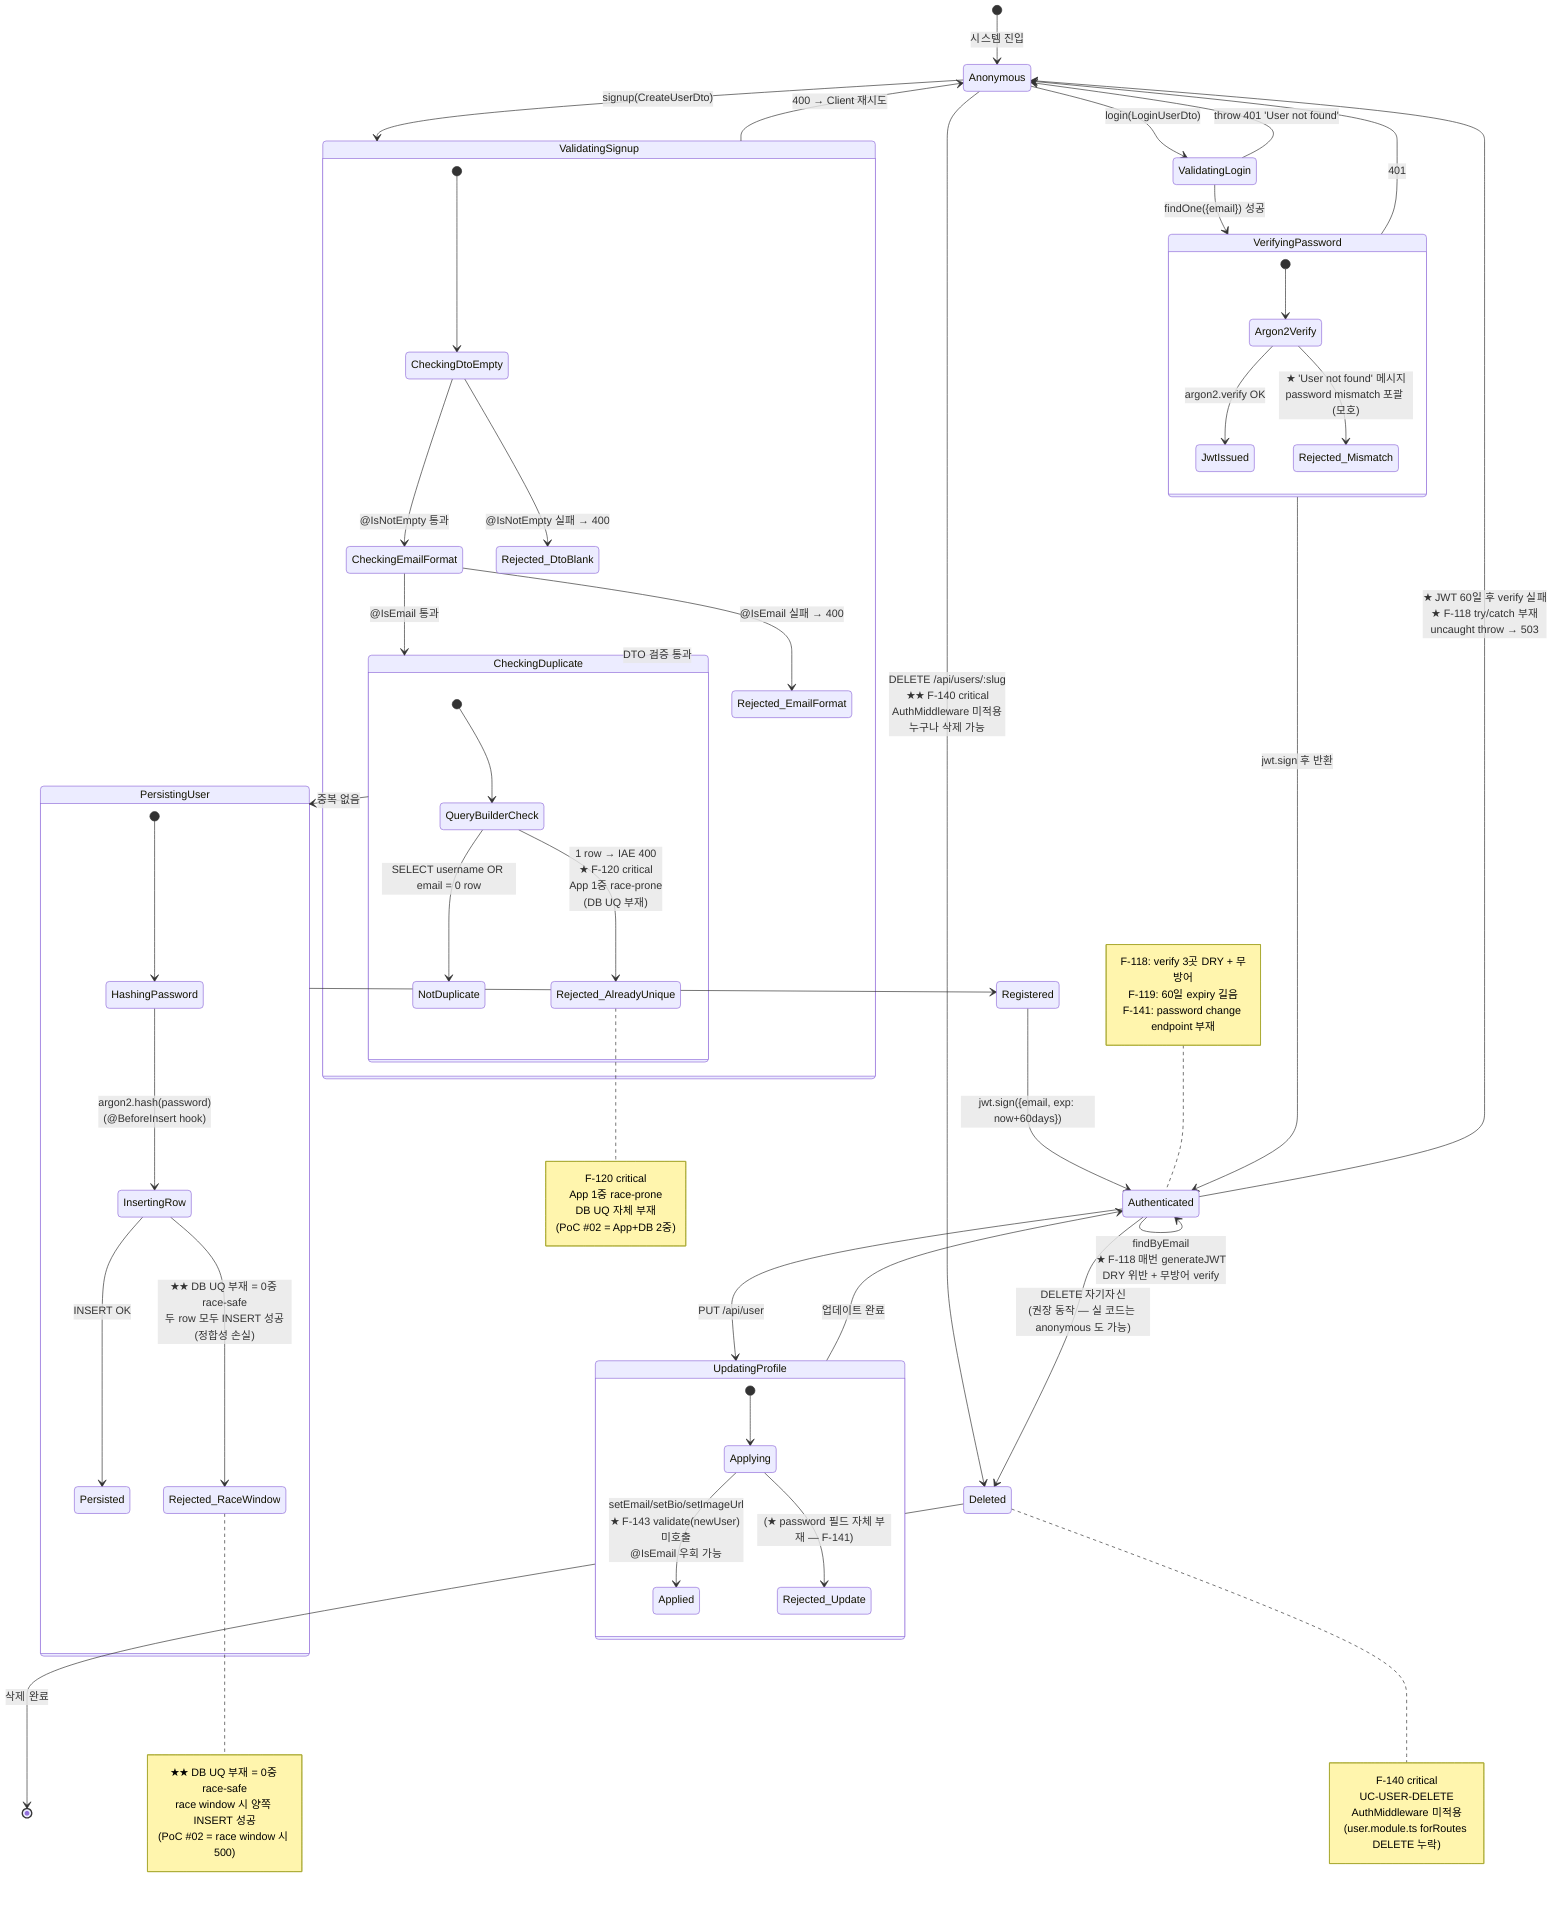
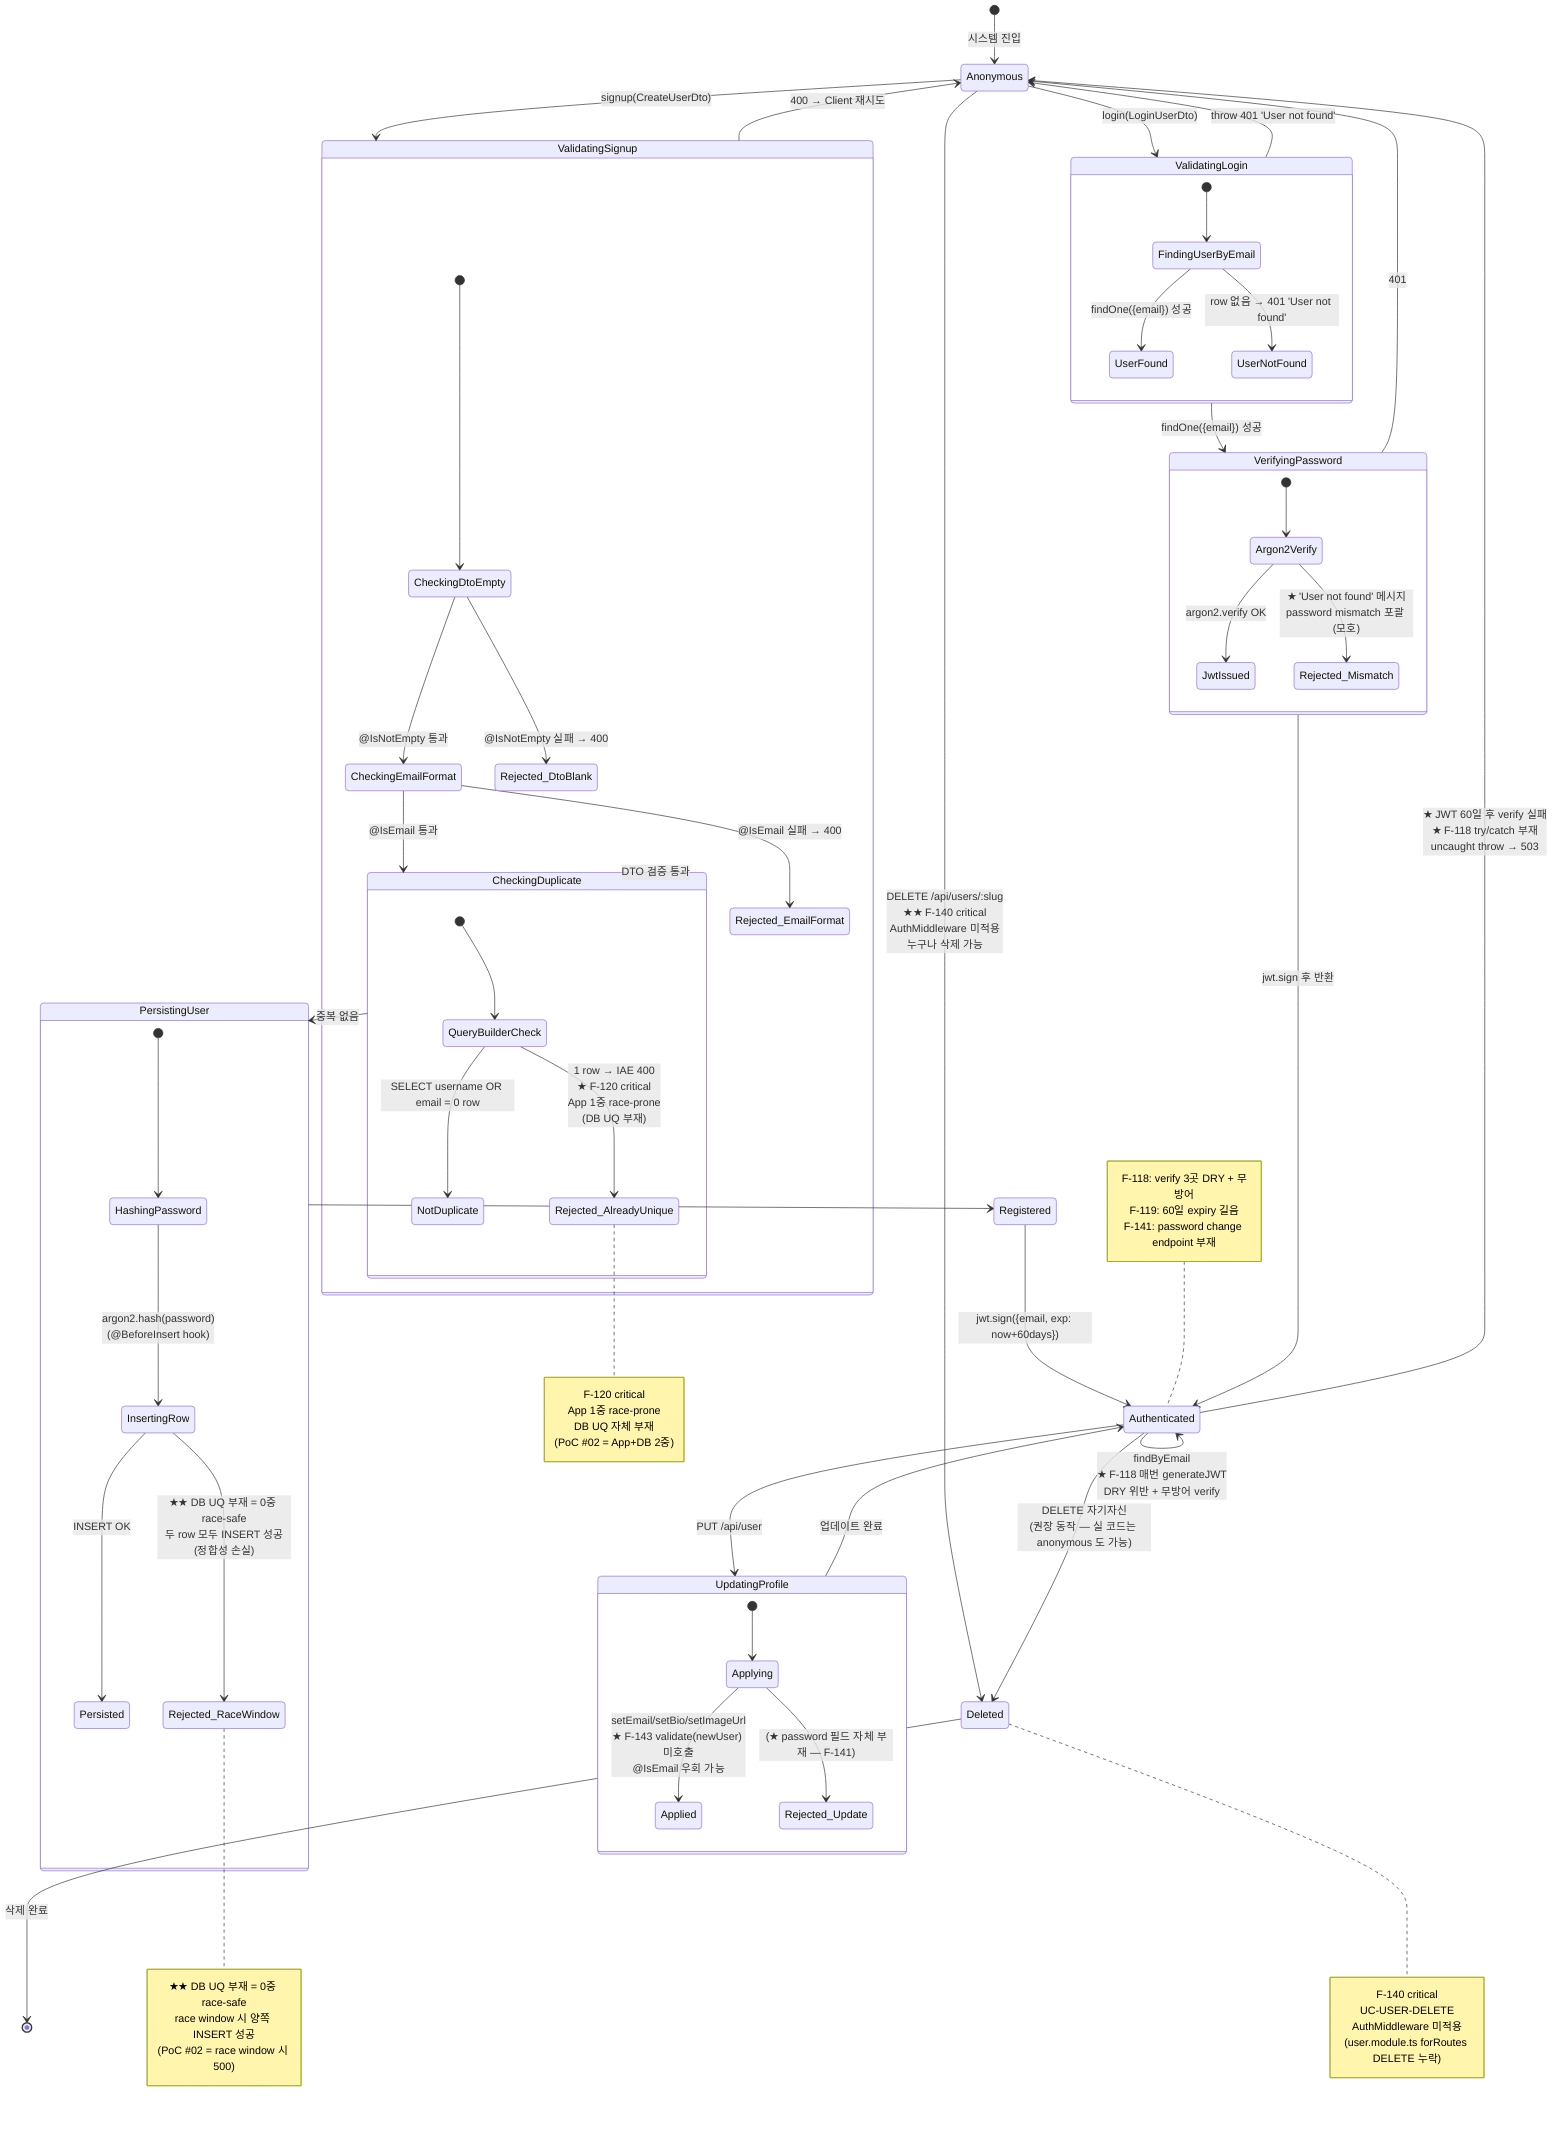
%% PoC #03 — User Aggregate 생애주기 FSM (Phase 4.5)
%% 일자: 2026-04-30
%% Source of Truth: 코드 (src/user/user.service.ts + user.entity.ts + user.controller.ts + auth.middleware.ts + user.module.ts)
%% Direction: B (코드 → L1)
%% 관련 BR: BR-USER-USERNAME-EMAIL-UNIQUE-001 / BR-USER-PASSWORD-HASH-001 / BR-USER-LOGIN-VERIFY-001 / BR-USER-JWT-EXPIRY-001 / BR-USER-DELETE-AUTH-001
%% PoC #02 (User-Account.mermaid) cross-validation: 같은 lifecycle 그러나 DB UQ 부재로 race window 한 단계 더 위험

stateDiagram-v2
    [*] --> Anonymous: 시스템 진입

    Anonymous --> ValidatingSignup: signup(CreateUserDto)
    Anonymous --> ValidatingLogin: login(LoginUserDto)
    Anonymous --> Deleted: DELETE /api/users/:slug<br/>★★ F-140 critical<br/>AuthMiddleware 미적용<br/>누구나 삭제 가능

    state ValidatingSignup {
        [*] --> CheckingDtoEmpty
        CheckingDtoEmpty --> CheckingEmailFormat: @IsNotEmpty 통과
        CheckingDtoEmpty --> Rejected_DtoBlank: @IsNotEmpty 실패 → 400
        CheckingEmailFormat --> CheckingDuplicate: @IsEmail 통과
        CheckingEmailFormat --> Rejected_EmailFormat: @IsEmail 실패 → 400
    }

    state CheckingDuplicate {
        [*] --> QueryBuilderCheck
        QueryBuilderCheck --> NotDuplicate: SELECT username OR email = 0 row
        QueryBuilderCheck --> Rejected_AlreadyUnique: 1 row → IAE 400<br/>★ F-120 critical<br/>App 1중 race-prone<br/>(DB UQ 부재)
    }

    ValidatingSignup --> CheckingDuplicate: DTO 검증 통과
    CheckingDuplicate --> PersistingUser: 중복 없음
    ValidatingSignup --> Anonymous: 400 → Client 재시도

    state PersistingUser {
        [*] --> HashingPassword
        HashingPassword --> InsertingRow: argon2.hash(password)<br/>(@BeforeInsert hook)
        InsertingRow --> Persisted: INSERT OK
        InsertingRow --> Rejected_RaceWindow: ★★ DB UQ 부재 = 0중 race-safe<br/>두 row 모두 INSERT 성공<br/>(정합성 손실)
    }

    PersistingUser --> Registered: User 반환

    Registered --> Authenticated: jwt.sign({email, exp: now+60days})
+ 
+     state ValidatingLogin {
+         [*] --> FindingUserByEmail
+         FindingUserByEmail --> UserFound: findOne({email}) 성공
+         FindingUserByEmail --> UserNotFound: row 없음 → 401 'User not found'
+     }

    ValidatingLogin --> VerifyingPassword: findOne({email}) 성공
    ValidatingLogin --> Anonymous: throw 401 'User not found'

    state VerifyingPassword {
        [*] --> Argon2Verify
        Argon2Verify --> JwtIssued: argon2.verify OK
        Argon2Verify --> Rejected_Mismatch: ★ 'User not found' 메시지<br/>password mismatch 포괄 (모호)
    }

    VerifyingPassword --> Authenticated: jwt.sign 후 반환
    VerifyingPassword --> Anonymous: 401

    Authenticated --> Authenticated: findByEmail<br/>★ F-118 매번 generateJWT<br/>DRY 위반 + 무방어 verify
    Authenticated --> UpdatingProfile: PUT /api/user
    Authenticated --> Deleted: DELETE 자기자신<br/>(권장 동작 — 실 코드는 anonymous 도 가능)
    Authenticated --> Anonymous: ★ JWT 60일 후 verify 실패<br/>★ F-118 try/catch 부재<br/>uncaught throw → 503

    state UpdatingProfile {
        [*] --> Applying
        Applying --> Applied: setEmail/setBio/setImageUrl<br/>★ F-143 validate(newUser) 미호출<br/>@IsEmail 우회 가능
        Applying --> Rejected_Update: (★ password 필드 자체 부재 — F-141)
    }

    UpdatingProfile --> Authenticated: 업데이트 완료

    Deleted --> [*]: 삭제 완료

    note right of Rejected_AlreadyUnique
        F-120 critical
        App 1중 race-prone
        DB UQ 자체 부재
        (PoC #02 = App+DB 2중)
    end note

    note right of Rejected_RaceWindow
        ★★ DB UQ 부재 = 0중 race-safe
        race window 시 양쪽 INSERT 성공
        (PoC #02 = race window 시 500)
    end note

    note left of Authenticated
        F-118: verify 3곳 DRY + 무방어
        F-119: 60일 expiry 길음
        F-141: password change endpoint 부재
    end note

    note right of Deleted
        F-140 critical
        UC-USER-DELETE
        AuthMiddleware 미적용
        (user.module.ts forRoutes DELETE 누락)
    end note
